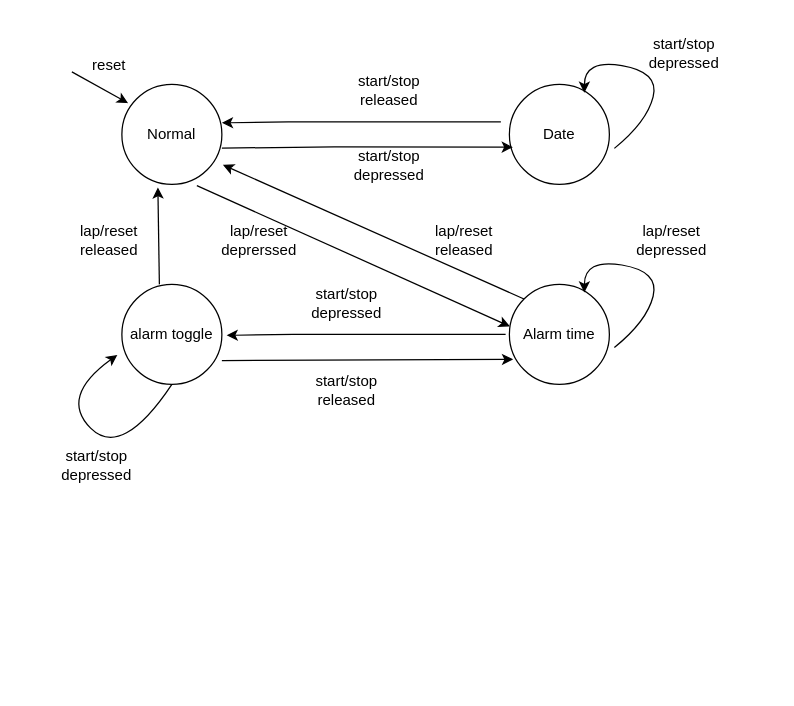
This is page "Clock" (1 of 4) of Stopwatch FSM.drawio from epicfletch/UWE-Stopwatch-3LM, a draw.io file, before an edit. Source tidied: cells renumbered, new cells numbered last; positions are measured from the earlier drawing's top-left corner, leaving out a move shared by most shapes. Both pictures are drawn from the tidied source at 125%, with x=0, y=0 at pixel (59, 34).
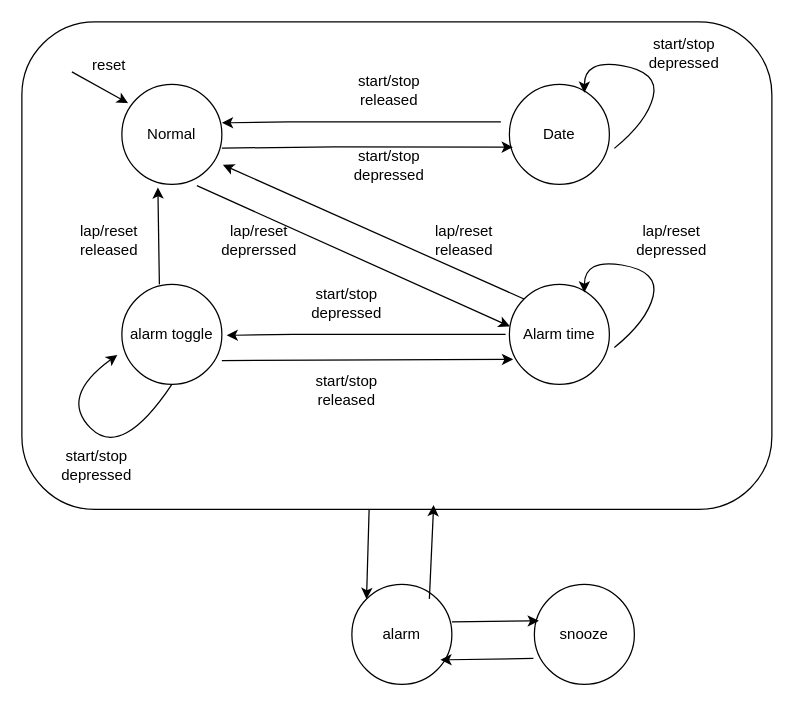
The same diagram, later.

Diff of the diagram source:
```diff
@@
+    <mxCell id="28" style="rounded=1;whiteSpace=wrap;html=1;" parent="1" vertex="1">
+      <mxGeometry x="-30" y="-10" width="600" height="390" as="geometry" />
+    </mxCell>
@@
+    <mxCell id="29" value="alarm" style="ellipse;whiteSpace=wrap;html=1;" parent="1" vertex="1">
+      <mxGeometry x="234" y="440" width="80" height="80" as="geometry" />
+    </mxCell>
+    <mxCell id="30" style="endArrow=classic;html=1;rounded=0;exitX=0.463;exitY=1;exitDx=0;exitDy=0;exitPerimeter=0;entryX=0;entryY=0;entryDx=0;entryDy=0;" parent="1" edge="1" source="28" target="29">
+      <mxGeometry relative="1" as="geometry" />
+    </mxCell>
+    <mxCell id="31" style="endArrow=classic;html=1;rounded=0;exitX=0.85;exitY=0.02;exitDx=0;exitDy=0;exitPerimeter=0;entryX=0.549;entryY=0.991;entryDx=0;entryDy=0;entryPerimeter=0;" parent="1" edge="1" target="28">
+      <mxGeometry relative="1" as="geometry">
+        <mxPoint x="296" y="451.6" as="sourcePoint" />
+      </mxGeometry>
+    </mxCell>
+    <mxCell id="32" value="snooze" style="ellipse;whiteSpace=wrap;html=1;" parent="1" vertex="1">
+      <mxGeometry x="380" y="440" width="80" height="80" as="geometry" />
+    </mxCell>
+    <mxCell id="33" style="endArrow=classic;html=1;rounded=0;entryX=0.045;entryY=0.365;entryDx=0;entryDy=0;entryPerimeter=0;" parent="1" edge="1" target="32">
+      <mxGeometry relative="1" as="geometry">
+        <mxPoint x="314" y="470" as="sourcePoint" />
+      </mxGeometry>
+    </mxCell>
+    <mxCell id="34" style="endArrow=classic;html=1;rounded=0;entryX=0.885;entryY=0.755;entryDx=0;entryDy=0;entryPerimeter=0;exitX=-0.01;exitY=0.74;exitDx=0;exitDy=0;exitPerimeter=0;" parent="1" edge="1" source="32" target="29">
+      <mxGeometry relative="1" as="geometry" />
+    </mxCell>
```
